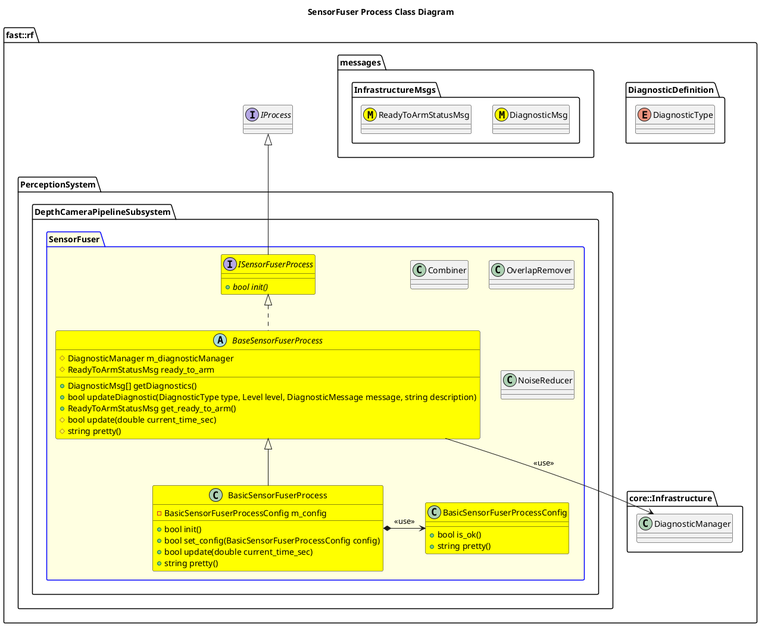
This is Systems/Perception/Subsystems/DepthCameraPipeline/Processes/SensorFuser/doc/puml/SensorFuserProcessClassDiagram.png from fastrobotics/robot_framework, a PlantUML export, as it was before one commit.
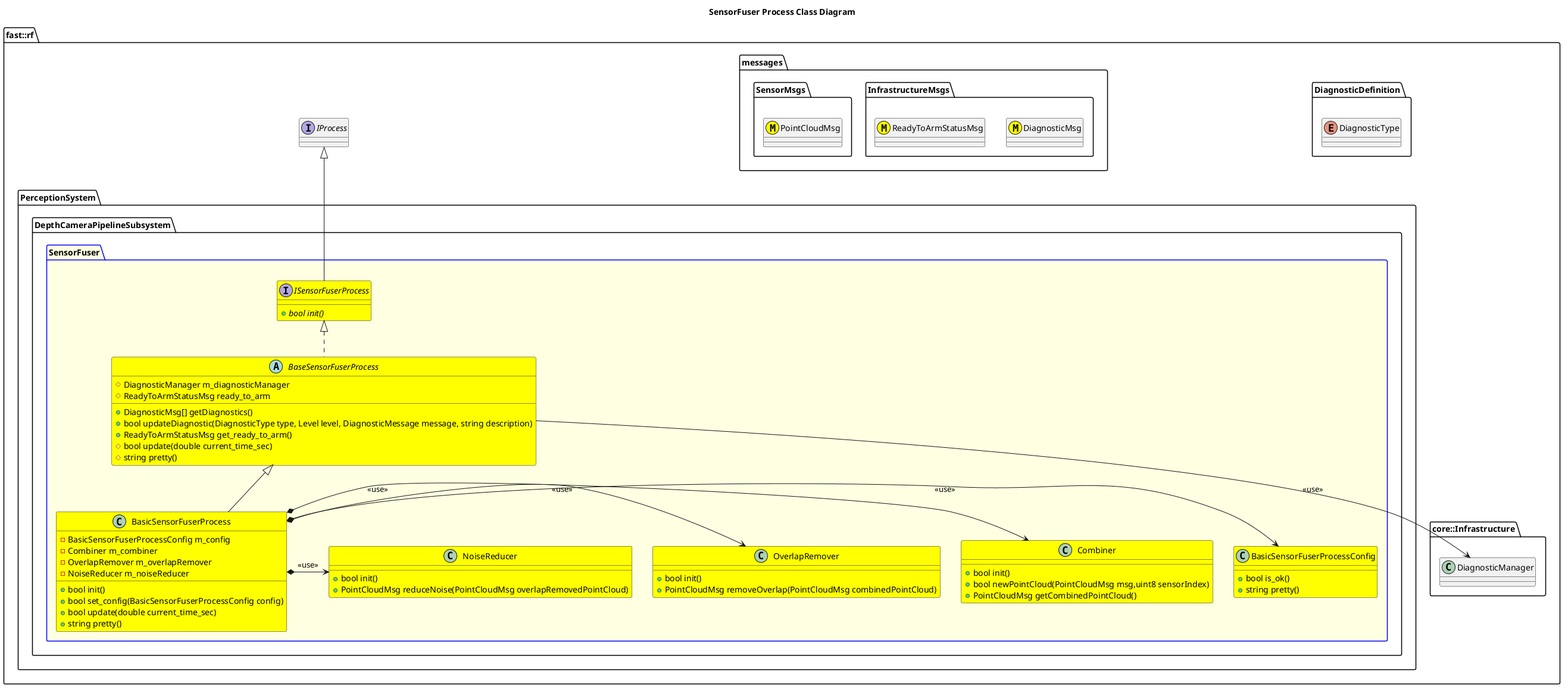
The same file after the commit.

The edit, as a diff of the source:
```diff
@@ -7,8 +7,11 @@
     }
     namespace messages {
         namespace InfrastructureMsgs {
-        class DiagnosticMsg <<(M,#FFFF00)>>
-        class ReadyToArmStatusMsg <<(M,#FFFF00)>>
+            class DiagnosticMsg <<(M,#FFFF00)>>
+            class ReadyToArmStatusMsg <<(M,#FFFF00)>>
+        }
+        namespace SensorMsgs {
+            class PointCloudMsg <<(M,#FFFF00)>>
         }
     }
     namespace core::Infrastructure {
@@ -18,14 +21,18 @@
     namespace PerceptionSystem {
         namespace DepthCameraPipelineSubsystem {
             package SensorFuser #LightYellow;line:blue {
-                class Combiner {
-
+                class Combiner #Yellow {
+                    +bool init()
+                    +bool newPointCloud(PointCloudMsg msg,uint8 sensorIndex)
+                    +PointCloudMsg getCombinedPointCloud()
                 }
-                class OverlapRemover {
-
+                class OverlapRemover #Yellow {
+                    +bool init()
+                    +PointCloudMsg removeOverlap(PointCloudMsg combinedPointCloud)
                 }
-                class NoiseReducer {
-
+                class NoiseReducer #Yellow {
+                    +bool init()
+                    +PointCloudMsg reduceNoise(PointCloudMsg overlapRemovedPointCloud)
                 }
                 interface ISensorFuserProcess #Yellow  {
                     +{abstract} bool init()
@@ -53,9 +60,15 @@
                     +bool update(double current_time_sec)
                     +string pretty()
                     -BasicSensorFuserProcessConfig m_config
+                    -Combiner m_combiner
+                    -OverlapRemover m_overlapRemover
+                    -NoiseReducer m_noiseReducer
                 }
                 BasicSensorFuserProcess -up-|> BaseSensorFuserProcess
                 BasicSensorFuserProcess *-> BasicSensorFuserProcessConfig: <<use>>
+                BasicSensorFuserProcess *-> Combiner: <<use>>
+                BasicSensorFuserProcess *-> OverlapRemover: <<use>>
+                BasicSensorFuserProcess *-> NoiseReducer: <<use>>
             }
         }
     }
```
